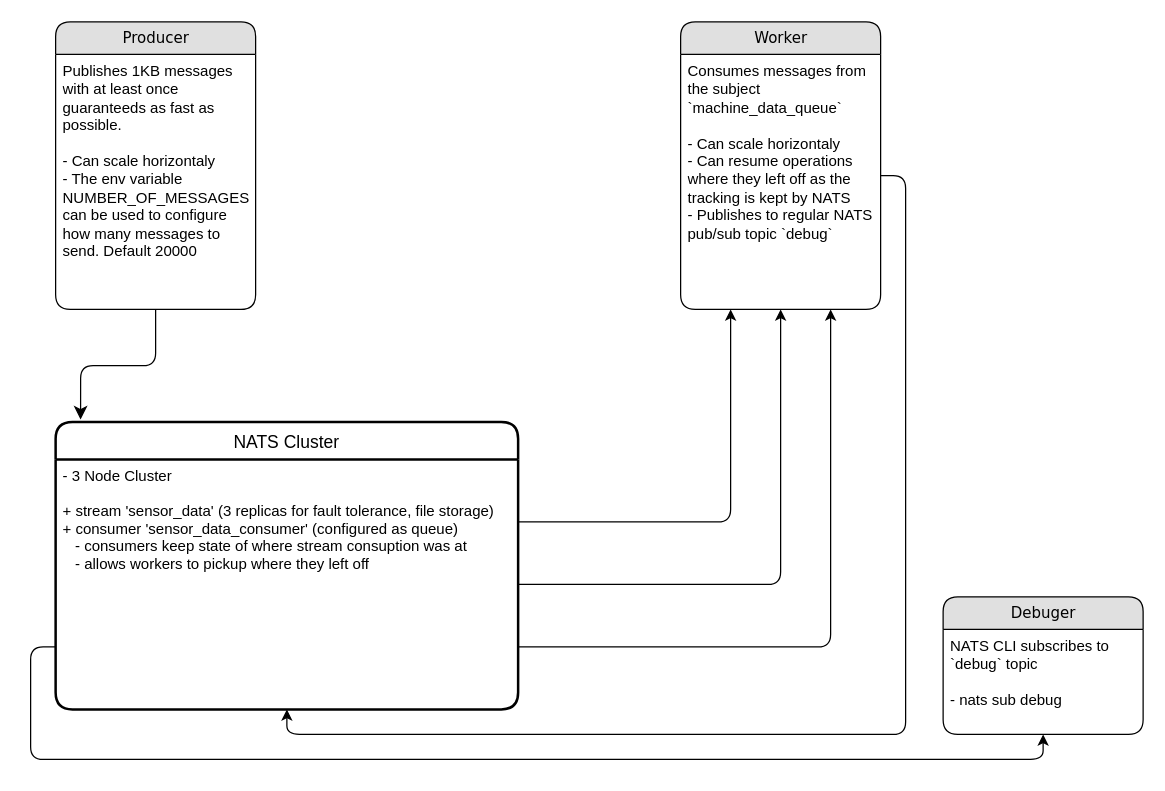
This is docs/demo-concept.drawio from pablitovicente/nats-cluster, a draw.io file, before an edit. Source tidied: cells renumbered, new cells numbered last; positions are measured from the earlier drawing's top-left corner, leaving out a move shared by most shapes. Both pictures are drawn from the tidied source at 125%, with x=0, y=0 at pixel (55, 21).
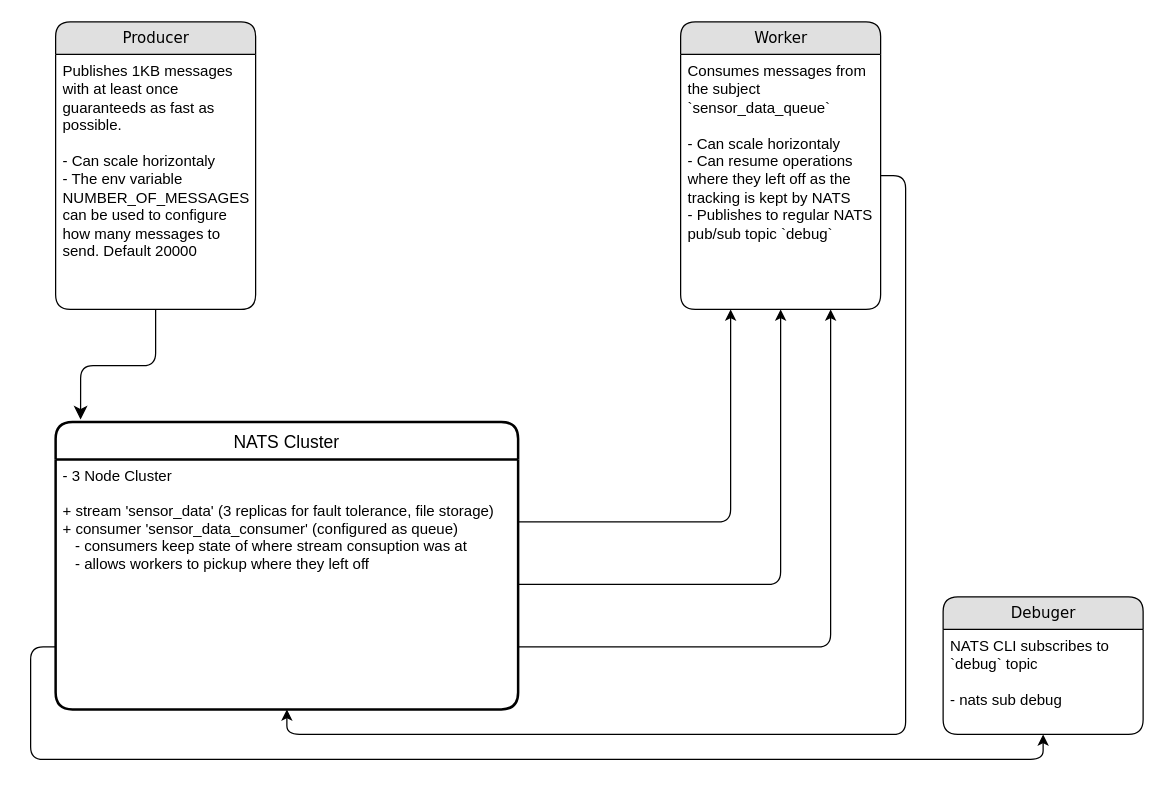
After the change.

Diff of the diagram source:
```diff
@@
 <mxGraphModel background="#ffffff">
   <root>
     <mxCell id="0" />
     <mxCell id="1" parent="0" />
     <mxCell id="2" value="Producer" style="swimlane;html=1;fontStyle=0;horizontal=1;startSize=26;fillColor=#e0e0e0;swimlaneFillColor=#ffffff;align=center;rounded=1;shadow=0;comic=0;labelBackgroundColor=none;strokeWidth=1;fontFamily=Verdana;fontSize=12;" parent="1" vertex="1">
       <mxGeometry width="160" height="230" as="geometry" />
     </mxCell>
     <mxCell id="3" value="Publishes 1KB messages with at least once guaranteeds as fast as possible.&lt;br&gt;&lt;br&gt;- Can scale horizontaly&lt;br&gt;- The env variable NUMBER_OF_MESSAGES can be used to configure how many messages to send. Default 20000" style="text;html=1;strokeColor=none;fillColor=none;spacingLeft=4;spacingRight=4;whiteSpace=wrap;overflow=hidden;" parent="2" vertex="1">
       <mxGeometry y="26" width="160" height="204" as="geometry" />
     </mxCell>
     <mxCell id="4" style="edgeStyle=orthogonalEdgeStyle;html=1;labelBackgroundColor=none;startFill=0;startSize=8;endFill=1;endSize=8;fontFamily=Verdana;fontSize=12;entryX=0.054;entryY=-0.008;entryDx=0;entryDy=0;entryPerimeter=0;" parent="1" edge="1" source="2" target="5">
       <mxGeometry relative="1" as="geometry" />
     </mxCell>
     <mxCell id="5" value="NATS Cluster" style="swimlane;horizontal=1;startSize=30;rounded=1;fontSize=14;fontStyle=0;strokeWidth=2;shadow=0;dashed=0;align=center;" parent="1" vertex="1">
       <mxGeometry y="320" width="370" height="230" as="geometry" />
     </mxCell>
     <mxCell id="6" value="- 3 Node Cluster&#10;&#10;+ stream 'sensor_data' (3 replicas for fault tolerance, file storage)&#10;+ consumer 'sensor_data_consumer' (configured as queue)&#10;   - consumers keep state of where stream consuption was at&#10;   - allows workers to pickup where they left off" style="align=left;strokeColor=none;fillColor=none;spacingLeft=4;fontSize=12;verticalAlign=top;" parent="5" vertex="1">
       <mxGeometry y="30" width="370" height="200" as="geometry" />
     </mxCell>
     <mxCell id="7" value="Worker" style="swimlane;html=1;fontStyle=0;horizontal=1;startSize=26;fillColor=#e0e0e0;swimlaneFillColor=#ffffff;align=center;rounded=1;shadow=0;comic=0;labelBackgroundColor=none;strokeWidth=1;fontFamily=Verdana;fontSize=12;" parent="1" vertex="1">
       <mxGeometry x="500" width="160" height="230" as="geometry" />
     </mxCell>
-    <mxCell id="8" value="Consumes messages from the subject `machine_data_queue`&lt;br&gt;&lt;br&gt;- Can scale horizontaly&lt;br&gt;- Can resume operations where they left off as the tracking is kept by NATS&lt;br&gt;- Publishes to regular NATS pub/sub topic `debug`" style="text;html=1;strokeColor=none;fillColor=none;spacingLeft=4;spacingRight=4;whiteSpace=wrap;overflow=hidden;points=[[0,0.5],[1,0.5]];portConstraint=eastwest;" parent="7" vertex="1">
+    <mxCell id="8" value="Consumes messages from the subject `sensor_data_queue`&lt;br&gt;&lt;br&gt;- Can scale horizontaly&lt;br&gt;- Can resume operations where they left off as the tracking is kept by NATS&lt;br&gt;- Publishes to regular NATS pub/sub topic `debug`" style="text;html=1;strokeColor=none;fillColor=none;spacingLeft=4;spacingRight=4;whiteSpace=wrap;overflow=hidden;points=[[0,0.5],[1,0.5]];portConstraint=eastwest;" parent="7" vertex="1">
       <mxGeometry y="26" width="160" height="194" as="geometry" />
     </mxCell>
     <mxCell id="9" style="edgeStyle=orthogonalEdgeStyle;rounded=1;jettySize=auto;html=1;exitX=1;exitY=0.5;exitDx=0;exitDy=0;entryX=0.5;entryY=1;entryDx=0;entryDy=0;" parent="1" edge="1" source="6" target="7">
       <mxGeometry relative="1" as="geometry" />
     </mxCell>
     <mxCell id="10" style="edgeStyle=orthogonalEdgeStyle;jettySize=auto;html=1;exitX=1;exitY=0.25;exitDx=0;exitDy=0;entryX=0.25;entryY=1;entryDx=0;entryDy=0;rounded=1;" parent="1" edge="1" source="6" target="7">
       <mxGeometry relative="1" as="geometry" />
     </mxCell>
     <mxCell id="11" style="edgeStyle=orthogonalEdgeStyle;rounded=1;jettySize=auto;html=1;exitX=1;exitY=0.75;exitDx=0;exitDy=0;entryX=0.75;entryY=1;entryDx=0;entryDy=0;" parent="1" edge="1" source="6" target="7">
       <mxGeometry relative="1" as="geometry" />
     </mxCell>
     <mxCell id="12" style="edgeStyle=orthogonalEdgeStyle;rounded=1;jettySize=auto;html=1;exitX=1;exitY=0.5;exitDx=0;exitDy=0;entryX=0.5;entryY=1;entryDx=0;entryDy=0;" parent="1" edge="1" source="8" target="6">
       <mxGeometry relative="1" as="geometry" />
     </mxCell>
     <mxCell id="13" style="edgeStyle=orthogonalEdgeStyle;rounded=1;jettySize=auto;html=1;exitX=0.5;exitY=1;exitDx=0;exitDy=0;entryX=0;entryY=0.75;entryDx=0;entryDy=0;startArrow=classic;startFill=1;endArrow=none;endFill=0;shadow=0;" parent="1" edge="1" source="14" target="6">
       <mxGeometry relative="1" as="geometry" />
     </mxCell>
     <mxCell id="14" value="Debuger" style="swimlane;html=1;fontStyle=0;horizontal=1;startSize=26;fillColor=#e0e0e0;swimlaneFillColor=#ffffff;align=center;rounded=1;shadow=0;comic=0;labelBackgroundColor=none;strokeWidth=1;fontFamily=Verdana;fontSize=12;" parent="1" vertex="1">
       <mxGeometry x="710" y="460" width="160" height="110" as="geometry" />
     </mxCell>
     <mxCell id="15" value="NATS CLI subscribes to `debug` topic&lt;br&gt;&lt;br&gt;- nats sub debug" style="text;html=1;strokeColor=none;fillColor=none;spacingLeft=4;spacingRight=4;whiteSpace=wrap;overflow=hidden;" parent="14" vertex="1">
       <mxGeometry y="26" width="160" height="64" as="geometry" />
     </mxCell>
   </root>
 </mxGraphModel>
```
